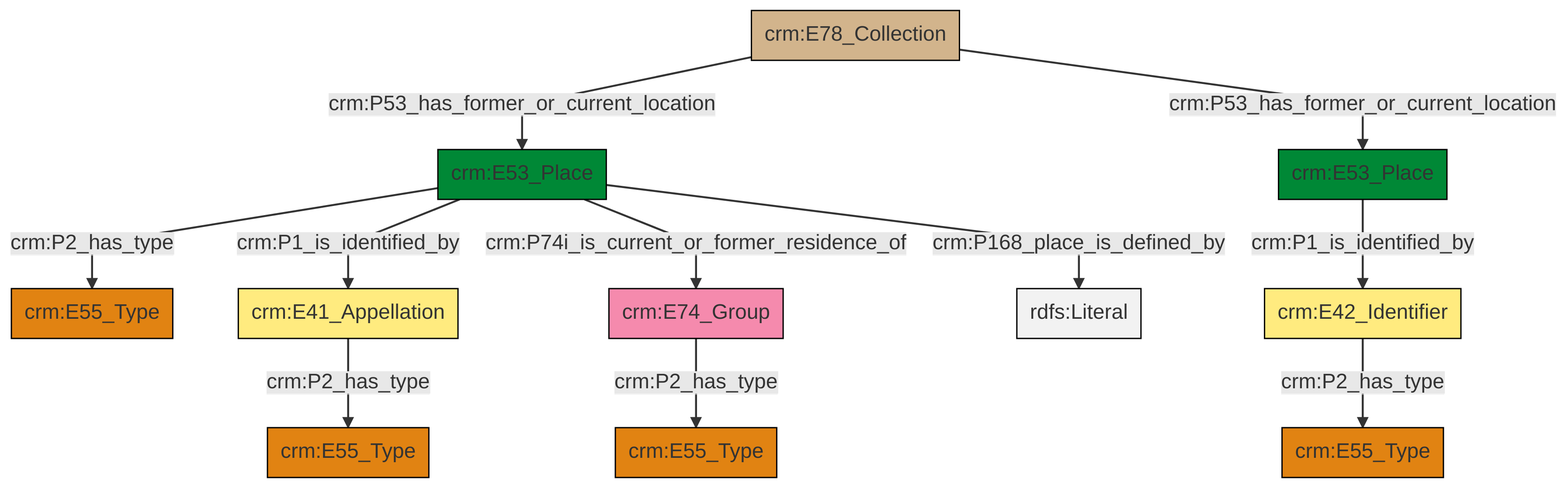
The Mermaid diagram et/archivalCSV/ttl/mmd/png/archival_location.png in swiss-art-research-net/docs.swissartresearch, before a commit. Its source is kept beside it as et/archivalCSV/ttl/mmd/archival_location.ttl.mmd.
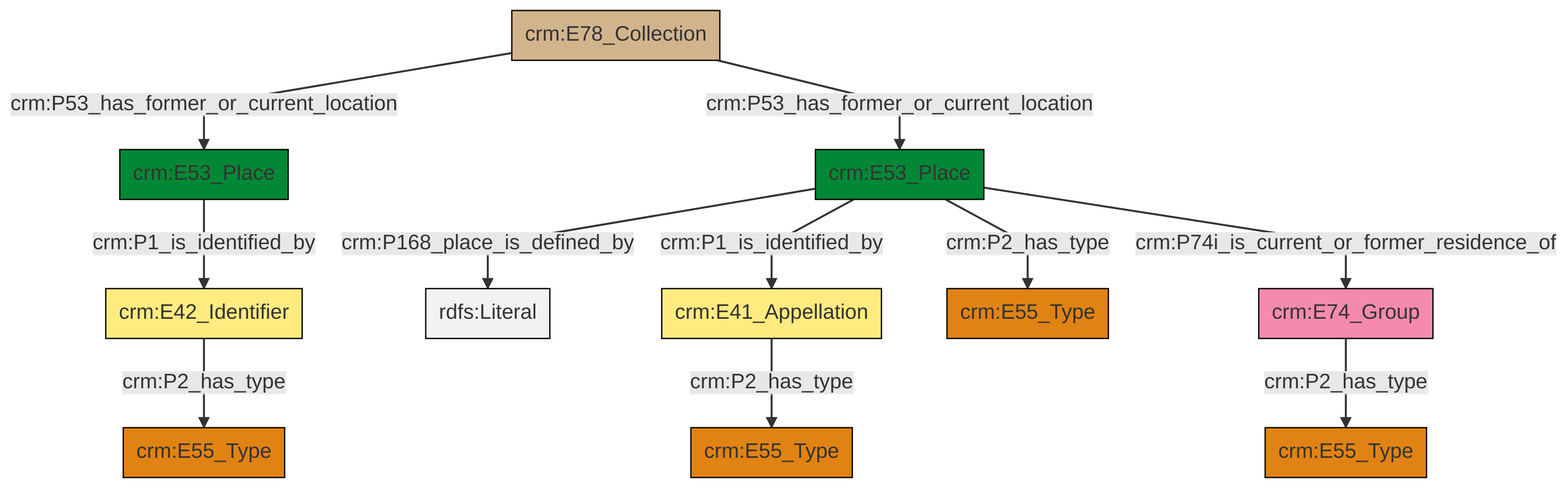
Later version of the same file.

The edit, as a diff of the source:
```diff
@@ -13,13 +13,13 @@
 classDef PC_Classes fill:#4ce600, stroke:#000000;
 classDef Multi fill:#cccccc,stroke:#000000;
 
-5["crm:E74_Group"]:::Actor -->|crm:P2_has_type| 6["crm:E55_Type"]:::Type
-7["crm:E42_Identifier"]:::Appellation -->|crm:P2_has_type| 8["crm:E55_Type"]:::Type
-10["crm:E53_Place"]:::Place -->|crm:P168_place_is_defined_by| 11[rdfs:Literal]:::Literal
-10["crm:E53_Place"]:::Place -->|crm:P1_is_identified_by| 13["crm:E41_Appellation"]:::Appellation
-0["crm:E78_Collection"]:::Physical_Thing -->|crm:P53_has_former_or_current_location| 10["crm:E53_Place"]:::Place
-0["crm:E78_Collection"]:::Physical_Thing -->|crm:P53_has_former_or_current_location| 18["crm:E53_Place"]:::Place
-13["crm:E41_Appellation"]:::Appellation -->|crm:P2_has_type| 21["crm:E55_Type"]:::Type
-10["crm:E53_Place"]:::Place -->|crm:P2_has_type| 2["crm:E55_Type"]:::Type
-10["crm:E53_Place"]:::Place -->|crm:P74i_is_current_or_former_residence_of| 5["crm:E74_Group"]:::Actor
-18["crm:E53_Place"]:::Place -->|crm:P1_is_identified_by| 7["crm:E42_Identifier"]:::Appellation
+2["crm:E78_Collection"]:::Physical_Thing -->|crm:P53_has_former_or_current_location| 3["crm:E53_Place"]:::Place
+0["crm:E42_Identifier"]:::Appellation -->|crm:P2_has_type| 4["crm:E55_Type"]:::Type
+5["crm:E53_Place"]:::Place -->|crm:P168_place_is_defined_by| 6[rdfs:Literal]:::Literal
+8["crm:E41_Appellation"]:::Appellation -->|crm:P2_has_type| 9["crm:E55_Type"]:::Type
+3["crm:E53_Place"]:::Place -->|crm:P1_is_identified_by| 0["crm:E42_Identifier"]:::Appellation
+5["crm:E53_Place"]:::Place -->|crm:P2_has_type| 14["crm:E55_Type"]:::Type
+5["crm:E53_Place"]:::Place -->|crm:P1_is_identified_by| 8["crm:E41_Appellation"]:::Appellation
+16["crm:E74_Group"]:::Actor -->|crm:P2_has_type| 10["crm:E55_Type"]:::Type
+5["crm:E53_Place"]:::Place -->|crm:P74i_is_current_or_former_residence_of| 16["crm:E74_Group"]:::Actor
+2["crm:E78_Collection"]:::Physical_Thing -->|crm:P53_has_former_or_current_location| 5["crm:E53_Place"]:::Place
```
